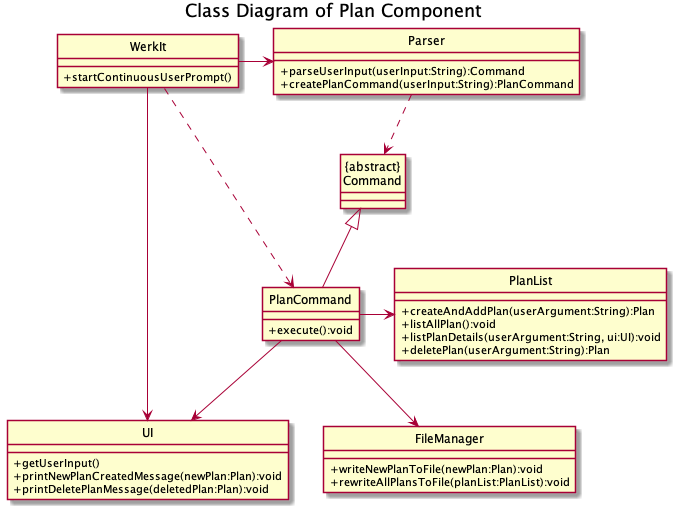
nus-cs2113-AY2122S2/tp keeps this PlantUML diagram as docs/uml/classDiagrams/images/PlanRelatedFeatures.png. Above is the earlier version.
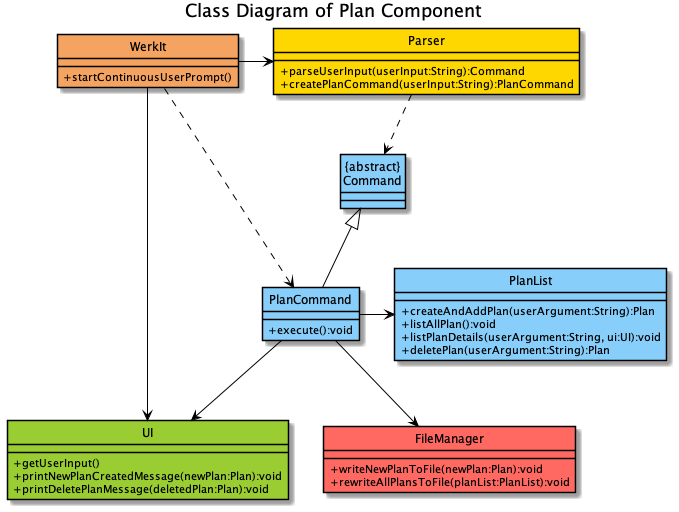
After the change.

Commit message:
Update the sequence diagram and class diagram

The edit, as a diff of the source:
```diff
@@ -1,7 +1,10 @@
 @startuml
+!include ../Style.puml
+
 hide circle
 
 skinparam classAttributeIconSize 0
+
 title Class Diagram of Plan Component
 
 WerkIt -> Parser
@@ -14,36 +17,36 @@
 PlanCommand -r-> PlanList
 
 
-class WerkIt {
+class WerkIt COLOR_WERKIT {
 + startContinuousUserPrompt()
 }
 
-class PlanList {
+class PlanList COLOR_LOGIC {
 + createAndAddPlan(userArgument:String):Plan
 + listAllPlan():void
 + listPlanDetails(userArgument:String, ui:UI):void
 + deletePlan(userArgument:String):Plan
 }
 
-class FileManager {
+class FileManager COLOR_STORAGE {
 + writeNewPlanToFile(newPlan:Plan):void
 + rewriteAllPlansToFile(planList:PlanList):void
 }
 
-class "{abstract}\nCommand" {
+class "{abstract}\nCommand" COLOR_LOGIC {
 }
 
-class PlanCommand {
+class PlanCommand COLOR_LOGIC {
 + execute():void
 }
 
-class UI {
+class UI COLOR_UI {
 + getUserInput()
 + printNewPlanCreatedMessage(newPlan:Plan):void
 + printDeletePlanMessage(deletedPlan:Plan):void
 }
 
-class Parser {
+class Parser COLOR_PARSER {
 + parseUserInput(userInput:String):Command
 + createPlanCommand(userInput:String):PlanCommand
 }
```
